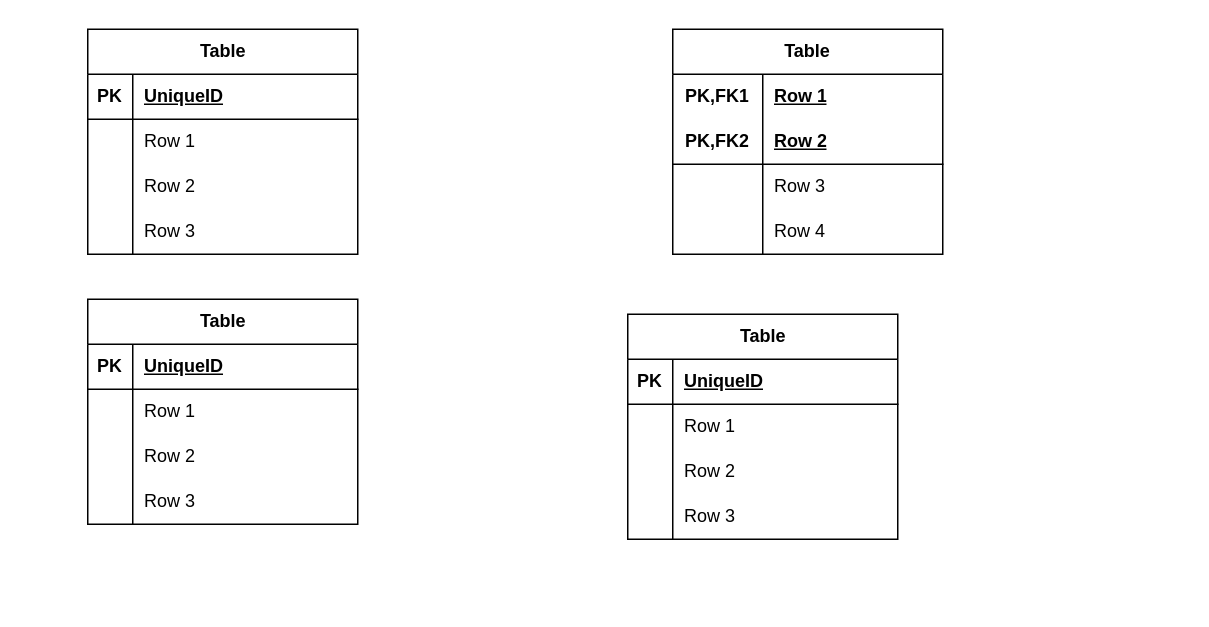
justn0thinghere/drawio keeps this draw.io diagram as tuto5wia2001q1.drawio. Above is the earlier version. Source tidied: cells renumbered, new cells numbered last; positions are measured from the earlier drawing's top-left corner, leaving out a move shared by most shapes. Both pictures are drawn from the tidied source at 150%, with x=0, y=0 at pixel (87, 28).
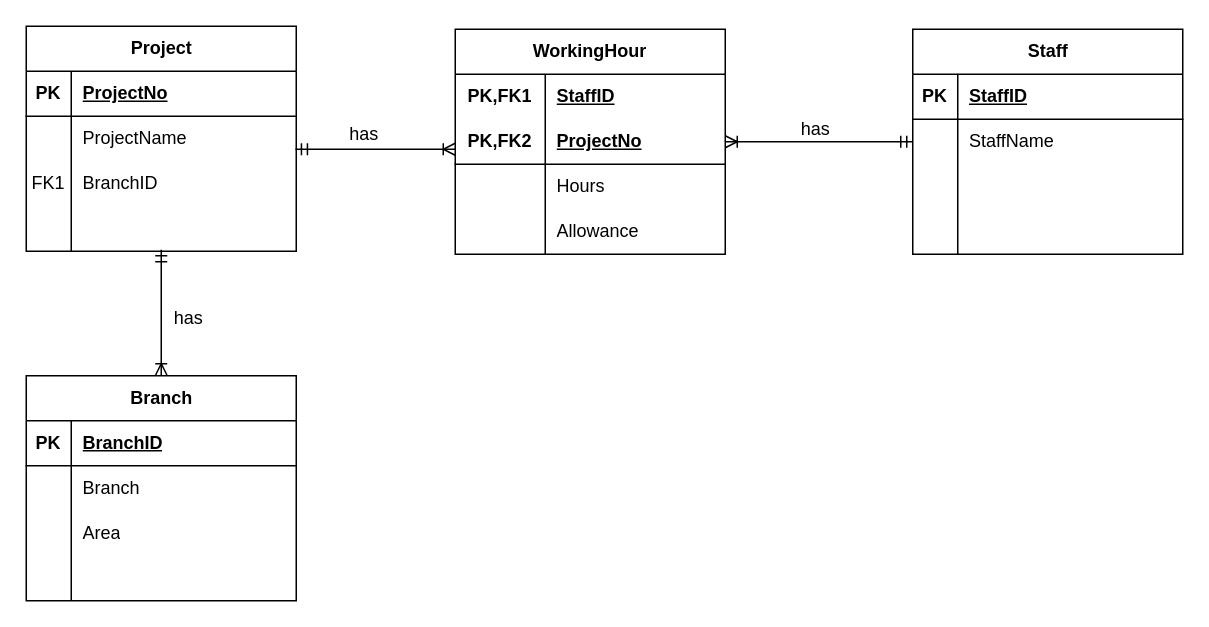
The same diagram, later.

The change refers to these unchanged cells:
```xml
<mxCell id="3" style="shape=tableRow;horizontal=0;startSize=0;swimlaneHead=0;swimlaneBody=0;fillColor=none;top=0;left=0;right=0;bottom=1;" parent="2" vertex="1">
  <mxGeometry y="30" width="180" height="30" as="geometry" />
</mxCell>
<mxCell id="6" style="shape=tableRow;horizontal=0;startSize=0;swimlaneHead=0;swimlaneBody=0;fillColor=none;points=[[0,0.5],[1,0.5]];portConstraint=eastwest;top=0;left=0;right=0;bottom=0;" parent="2" vertex="1">
  <mxGeometry y="60" width="180" height="30" as="geometry" />
</mxCell>
<mxCell id="9" style="shape=tableRow;horizontal=0;startSize=0;swimlaneHead=0;swimlaneBody=0;fillColor=none;top=0;left=0;right=0;bottom=0;" parent="2" vertex="1">
  <mxGeometry y="90" width="180" height="30" as="geometry" />
</mxCell>
<mxCell id="12" style="shape=tableRow;horizontal=0;startSize=0;swimlaneHead=0;swimlaneBody=0;fillColor=none;top=0;left=0;right=0;bottom=0;" parent="2" vertex="1">
  <mxGeometry y="120" width="180" height="30" as="geometry" />
</mxCell>
<mxCell id="16" style="shape=tableRow;horizontal=0;startSize=0;swimlaneHead=0;swimlaneBody=0;fillColor=none;top=0;left=0;right=0;bottom=0;html=1;" parent="15" vertex="1">
  <mxGeometry y="30" width="180" height="30" as="geometry" />
</mxCell>
<mxCell id="19" style="shape=tableRow;horizontal=0;startSize=0;swimlaneHead=0;swimlaneBody=0;fillColor=none;points=[[0,0.5],[1,0.5]];portConstraint=eastwest;top=0;left=0;right=0;bottom=1;html=1;" parent="15" vertex="1">
  <mxGeometry y="60" width="180" height="30" as="geometry" />
</mxCell>
<mxCell id="22" style="shape=tableRow;horizontal=0;startSize=0;swimlaneHead=0;swimlaneBody=0;fillColor=none;top=0;left=0;right=0;bottom=0;html=1;" parent="15" vertex="1">
  <mxGeometry y="90" width="180" height="30" as="geometry" />
</mxCell>
<mxCell id="25" style="shape=tableRow;horizontal=0;startSize=0;swimlaneHead=0;swimlaneBody=0;fillColor=none;top=0;left=0;right=0;bottom=0;html=1;" parent="15" vertex="1">
  <mxGeometry y="120" width="180" height="30" as="geometry" />
</mxCell>
<mxCell id="29" style="shape=tableRow;horizontal=0;startSize=0;swimlaneHead=0;swimlaneBody=0;fillColor=none;top=0;left=0;right=0;bottom=1;" parent="28" vertex="1">
  <mxGeometry y="30" width="180" height="30" as="geometry" />
</mxCell>
<mxCell id="32" style="shape=tableRow;horizontal=0;startSize=0;swimlaneHead=0;swimlaneBody=0;fillColor=none;top=0;left=0;right=0;bottom=0;" parent="28" vertex="1">
  <mxGeometry y="60" width="180" height="30" as="geometry" />
</mxCell>
<mxCell id="35" style="shape=tableRow;horizontal=0;startSize=0;swimlaneHead=0;swimlaneBody=0;fillColor=none;top=0;left=0;right=0;bottom=0;" parent="28" vertex="1">
  <mxGeometry y="90" width="180" height="30" as="geometry" />
</mxCell>
<mxCell id="38" style="shape=tableRow;horizontal=0;startSize=0;swimlaneHead=0;swimlaneBody=0;fillColor=none;top=0;left=0;right=0;bottom=0;" parent="28" vertex="1">
  <mxGeometry y="120" width="180" height="30" as="geometry" />
</mxCell>
<mxCell id="42" style="shape=tableRow;horizontal=0;startSize=0;swimlaneHead=0;swimlaneBody=0;fillColor=none;top=0;left=0;right=0;bottom=1;" parent="41" vertex="1">
  <mxGeometry y="30" width="180" height="30" as="geometry" />
</mxCell>
<mxCell id="45" style="shape=tableRow;horizontal=0;startSize=0;swimlaneHead=0;swimlaneBody=0;fillColor=none;points=[[0,0.5],[1,0.5]];portConstraint=eastwest;top=0;left=0;right=0;bottom=0;" parent="41" vertex="1">
  <mxGeometry y="60" width="180" height="30" as="geometry" />
</mxCell>
<mxCell id="48" style="shape=tableRow;horizontal=0;startSize=0;swimlaneHead=0;swimlaneBody=0;fillColor=none;top=0;left=0;right=0;bottom=0;" parent="41" vertex="1">
  <mxGeometry y="90" width="180" height="30" as="geometry" />
</mxCell>
<mxCell id="51" style="shape=tableRow;horizontal=0;startSize=0;swimlaneHead=0;swimlaneBody=0;fillColor=none;top=0;left=0;right=0;bottom=0;" parent="41" vertex="1">
  <mxGeometry y="120" width="180" height="30" as="geometry" />
</mxCell>
```

Diff of the diagram source:
```diff
@@
-    <mxCell id="2" value="Table" style="shape=table;startSize=30;childLayout=tableLayout;rowLines=0;fontStyle=1;align=center;html=1;" parent="1" vertex="1">
-      <mxGeometry width="180" height="150" as="geometry" />
+    <mxCell id="2" value="Project" style="shape=table;startSize=30;childLayout=tableLayout;rowLines=0;fontStyle=1;align=center;html=1;" parent="1" vertex="1">
+      <mxGeometry x="-41" y="-2" width="180" height="150" as="geometry" />
     </mxCell>
@@
-    <mxCell id="5" value="UniqueID" style="shape=partialRectangle;fillColor=none;top=0;left=0;bottom=0;right=0;align=left;spacingLeft=6;fontStyle=5;overflow=hidden;whiteSpace=wrap;html=1;" parent="3" vertex="1">
+    <mxCell id="5" value="ProjectNo" style="shape=partialRectangle;fillColor=none;top=0;left=0;bottom=0;right=0;align=left;spacingLeft=6;fontStyle=5;overflow=hidden;whiteSpace=wrap;html=1;" parent="3" vertex="1">
       <mxGeometry x="30" width="150" height="30" as="geometry" />
     </mxCell>
@@
-    <mxCell id="8" value="Row 1" style="shape=partialRectangle;fillColor=none;top=0;left=0;bottom=0;right=0;align=left;spacingLeft=6;overflow=hidden;whiteSpace=wrap;html=1;" parent="6" vertex="1">
+    <mxCell id="8" value="ProjectName" style="shape=partialRectangle;fillColor=none;top=0;left=0;bottom=0;right=0;align=left;spacingLeft=6;overflow=hidden;whiteSpace=wrap;html=1;" parent="6" vertex="1">
       <mxGeometry x="30" width="150" height="30" as="geometry" />
     </mxCell>
@@
-    <mxCell id="10" style="shape=partialRectangle;fillColor=none;top=0;left=0;bottom=0;right=0;overflow=hidden;whiteSpace=wrap;html=1;" parent="9" vertex="1">
+    <mxCell id="10" value="FK1" style="shape=partialRectangle;fillColor=none;top=0;left=0;bottom=0;right=0;overflow=hidden;whiteSpace=wrap;html=1;" parent="9" vertex="1">
       <mxGeometry width="30" height="30" as="geometry" />
     </mxCell>
-    <mxCell id="11" value="Row 2" style="shape=partialRectangle;fillColor=none;top=0;left=0;bottom=0;right=0;align=left;spacingLeft=6;overflow=hidden;whiteSpace=wrap;html=1;" parent="9" vertex="1">
+    <mxCell id="11" value="BranchID" style="shape=partialRectangle;fillColor=none;top=0;left=0;bottom=0;right=0;align=left;spacingLeft=6;overflow=hidden;whiteSpace=wrap;html=1;" parent="9" vertex="1">
       <mxGeometry x="30" width="150" height="30" as="geometry" />
     </mxCell>
@@
-    <mxCell id="14" value="Row 3" style="shape=partialRectangle;fillColor=none;top=0;left=0;bottom=0;right=0;align=left;spacingLeft=6;overflow=hidden;whiteSpace=wrap;html=1;" parent="12" vertex="1">
+    <mxCell id="14" style="shape=partialRectangle;fillColor=none;top=0;left=0;bottom=0;right=0;align=left;spacingLeft=6;overflow=hidden;whiteSpace=wrap;html=1;" parent="12" vertex="1">
       <mxGeometry x="30" width="150" height="30" as="geometry" />
     </mxCell>
-    <mxCell id="15" value="Table" style="shape=table;startSize=30;childLayout=tableLayout;rowLines=0;fontStyle=1;align=center;html=1;whiteSpace=wrap;" parent="1" vertex="1">
-      <mxGeometry x="390" width="180" height="150" as="geometry" />
+    <mxCell id="15" value="WorkingHour" style="shape=table;startSize=30;childLayout=tableLayout;rowLines=0;fontStyle=1;align=center;html=1;whiteSpace=wrap;" parent="1" vertex="1">
+      <mxGeometry x="245" width="180" height="150" as="geometry" />
     </mxCell>
@@
-    <mxCell id="18" value="Row 1" style="shape=partialRectangle;fillColor=none;top=0;left=0;bottom=0;right=0;align=left;spacingLeft=6;fontStyle=5;overflow=hidden;html=1;whiteSpace=wrap;" parent="16" vertex="1">
+    <mxCell id="18" value="StaffID" style="shape=partialRectangle;fillColor=none;top=0;left=0;bottom=0;right=0;align=left;spacingLeft=6;fontStyle=5;overflow=hidden;html=1;whiteSpace=wrap;" parent="16" vertex="1">
       <mxGeometry x="60" width="120" height="30" as="geometry" />
     </mxCell>
@@
-    <mxCell id="21" value="Row 2" style="shape=partialRectangle;fillColor=none;top=0;left=0;bottom=0;right=0;align=left;spacingLeft=6;fontStyle=5;overflow=hidden;html=1;whiteSpace=wrap;" parent="19" vertex="1">
+    <mxCell id="21" value="ProjectNo" style="shape=partialRectangle;fillColor=none;top=0;left=0;bottom=0;right=0;align=left;spacingLeft=6;fontStyle=5;overflow=hidden;html=1;whiteSpace=wrap;" parent="19" vertex="1">
       <mxGeometry x="60" width="120" height="30" as="geometry" />
     </mxCell>
@@
-    <mxCell id="24" value="Row 3" style="shape=partialRectangle;fillColor=none;top=0;left=0;bottom=0;right=0;align=left;spacingLeft=6;overflow=hidden;html=1;whiteSpace=wrap;" parent="22" vertex="1">
+    <mxCell id="24" value="Hours" style="shape=partialRectangle;fillColor=none;top=0;left=0;bottom=0;right=0;align=left;spacingLeft=6;overflow=hidden;html=1;whiteSpace=wrap;" parent="22" vertex="1">
       <mxGeometry x="60" width="120" height="30" as="geometry" />
     </mxCell>
@@
-    <mxCell id="27" value="Row 4" style="shape=partialRectangle;fillColor=none;top=0;left=0;bottom=0;right=0;align=left;spacingLeft=6;overflow=hidden;html=1;whiteSpace=wrap;" parent="25" vertex="1">
+    <mxCell id="27" value="Allowance" style="shape=partialRectangle;fillColor=none;top=0;left=0;bottom=0;right=0;align=left;spacingLeft=6;overflow=hidden;html=1;whiteSpace=wrap;" parent="25" vertex="1">
       <mxGeometry x="60" width="120" height="30" as="geometry" />
     </mxCell>
-    <mxCell id="28" value="Table" style="shape=table;startSize=30;childLayout=tableLayout;rowLines=0;fontStyle=1;align=center;html=1;" parent="1" vertex="1">
-      <mxGeometry y="180" width="180" height="150" as="geometry" />
+    <mxCell id="28" value="Branch" style="shape=table;startSize=30;childLayout=tableLayout;rowLines=0;fontStyle=1;align=center;html=1;" parent="1" vertex="1">
+      <mxGeometry x="-41" y="231" width="180" height="150" as="geometry" />
     </mxCell>
@@
-    <mxCell id="31" value="UniqueID" style="shape=partialRectangle;fillColor=none;top=0;left=0;bottom=0;right=0;align=left;spacingLeft=6;fontStyle=5;overflow=hidden;whiteSpace=wrap;html=1;" parent="29" vertex="1">
+    <mxCell id="31" value="BranchID" style="shape=partialRectangle;fillColor=none;top=0;left=0;bottom=0;right=0;align=left;spacingLeft=6;fontStyle=5;overflow=hidden;whiteSpace=wrap;html=1;" parent="29" vertex="1">
       <mxGeometry x="30" width="150" height="30" as="geometry" />
     </mxCell>
@@
-    <mxCell id="34" value="Row 1" style="shape=partialRectangle;fillColor=none;top=0;left=0;bottom=0;right=0;align=left;spacingLeft=6;overflow=hidden;whiteSpace=wrap;html=1;" parent="32" vertex="1">
+    <mxCell id="34" value="Branch" style="shape=partialRectangle;fillColor=none;top=0;left=0;bottom=0;right=0;align=left;spacingLeft=6;overflow=hidden;whiteSpace=wrap;html=1;" parent="32" vertex="1">
       <mxGeometry x="30" width="150" height="30" as="geometry" />
     </mxCell>
@@
-    <mxCell id="37" value="Row 2" style="shape=partialRectangle;fillColor=none;top=0;left=0;bottom=0;right=0;align=left;spacingLeft=6;overflow=hidden;whiteSpace=wrap;html=1;" parent="35" vertex="1">
+    <mxCell id="37" value="Area" style="shape=partialRectangle;fillColor=none;top=0;left=0;bottom=0;right=0;align=left;spacingLeft=6;overflow=hidden;whiteSpace=wrap;html=1;" parent="35" vertex="1">
       <mxGeometry x="30" width="150" height="30" as="geometry" />
     </mxCell>
@@
-    <mxCell id="40" value="Row 3" style="shape=partialRectangle;fillColor=none;top=0;left=0;bottom=0;right=0;align=left;spacingLeft=6;overflow=hidden;whiteSpace=wrap;html=1;" parent="38" vertex="1">
+    <mxCell id="40" style="shape=partialRectangle;fillColor=none;top=0;left=0;bottom=0;right=0;align=left;spacingLeft=6;overflow=hidden;whiteSpace=wrap;html=1;" parent="38" vertex="1">
       <mxGeometry x="30" width="150" height="30" as="geometry" />
     </mxCell>
-    <mxCell id="41" value="Table" style="shape=table;startSize=30;childLayout=tableLayout;rowLines=0;fontStyle=1;align=center;html=1;" parent="1" vertex="1">
-      <mxGeometry x="360" y="190" width="180" height="150" as="geometry" />
+    <mxCell id="41" value="Staff" style="shape=table;startSize=30;childLayout=tableLayout;rowLines=0;fontStyle=1;align=center;html=1;" parent="1" vertex="1">
+      <mxGeometry x="550" width="180" height="150" as="geometry" />
     </mxCell>
@@
-    <mxCell id="44" value="UniqueID" style="shape=partialRectangle;fillColor=none;top=0;left=0;bottom=0;right=0;align=left;spacingLeft=6;fontStyle=5;overflow=hidden;whiteSpace=wrap;html=1;" parent="42" vertex="1">
+    <mxCell id="44" value="StaffID" style="shape=partialRectangle;fillColor=none;top=0;left=0;bottom=0;right=0;align=left;spacingLeft=6;fontStyle=5;overflow=hidden;whiteSpace=wrap;html=1;" parent="42" vertex="1">
       <mxGeometry x="30" width="150" height="30" as="geometry" />
     </mxCell>
@@
-    <mxCell id="47" value="Row 1" style="shape=partialRectangle;fillColor=none;top=0;left=0;bottom=0;right=0;align=left;spacingLeft=6;overflow=hidden;whiteSpace=wrap;html=1;" parent="45" vertex="1">
+    <mxCell id="47" value="StaffName" style="shape=partialRectangle;fillColor=none;top=0;left=0;bottom=0;right=0;align=left;spacingLeft=6;overflow=hidden;whiteSpace=wrap;html=1;" parent="45" vertex="1">
       <mxGeometry x="30" width="150" height="30" as="geometry" />
     </mxCell>
@@
-    <mxCell id="50" value="Row 2" style="shape=partialRectangle;fillColor=none;top=0;left=0;bottom=0;right=0;align=left;spacingLeft=6;overflow=hidden;whiteSpace=wrap;html=1;" parent="48" vertex="1">
+    <mxCell id="50" style="shape=partialRectangle;fillColor=none;top=0;left=0;bottom=0;right=0;align=left;spacingLeft=6;overflow=hidden;whiteSpace=wrap;html=1;" parent="48" vertex="1">
       <mxGeometry x="30" width="150" height="30" as="geometry" />
     </mxCell>
@@
-    <mxCell id="53" value="Row 3" style="shape=partialRectangle;fillColor=none;top=0;left=0;bottom=0;right=0;align=left;spacingLeft=6;overflow=hidden;whiteSpace=wrap;html=1;" parent="51" vertex="1">
+    <mxCell id="53" style="shape=partialRectangle;fillColor=none;top=0;left=0;bottom=0;right=0;align=left;spacingLeft=6;overflow=hidden;whiteSpace=wrap;html=1;" parent="51" vertex="1">
       <mxGeometry x="30" width="150" height="30" as="geometry" />
     </mxCell>
+    <mxCell id="54" style="edgeStyle=entityRelationEdgeStyle;fontSize=12;html=1;endArrow=ERoneToMany;startArrow=ERmandOne;rounded=0;exitX=0;exitY=0.5;exitDx=0;exitDy=0;entryX=1;entryY=0.5;entryDx=0;entryDy=0;" parent="1" edge="1" source="45" target="19">
+      <mxGeometry relative="1" as="geometry" />
+    </mxCell>
+    <mxCell id="55" value="has" style="text;html=1;align=center;verticalAlign=middle;strokeColor=none;fillColor=none;" parent="1" vertex="1">
+      <mxGeometry x="465" y="52" width="40" height="30" as="geometry" />
+    </mxCell>
+    <mxCell id="56" style="edgeStyle=entityRelationEdgeStyle;fontSize=12;html=1;endArrow=ERoneToMany;startArrow=ERmandOne;rounded=0;exitX=0.997;exitY=0.733;exitDx=0;exitDy=0;exitPerimeter=0;" parent="1" edge="1" source="6">
+      <mxGeometry relative="1" as="geometry">
+        <mxPoint x="245" y="80" as="targetPoint" />
+      </mxGeometry>
+    </mxCell>
+    <mxCell id="57" value="has" style="text;html=1;align=center;verticalAlign=middle;strokeColor=none;fillColor=none;" parent="1" vertex="1">
+      <mxGeometry x="164" y="55" width="40" height="30" as="geometry" />
+    </mxCell>
+    <mxCell id="58" style="fontSize=12;html=1;endArrow=ERoneToMany;startArrow=ERmandOne;rounded=0;entryX=0.5;entryY=0;entryDx=0;entryDy=0;" parent="1" edge="1" target="28">
+      <mxGeometry relative="1" as="geometry">
+        <mxPoint x="49" y="147" as="sourcePoint" />
+      </mxGeometry>
+    </mxCell>
+    <mxCell id="59" value="has" style="text;html=1;align=center;verticalAlign=middle;strokeColor=none;fillColor=none;" parent="1" vertex="1">
+      <mxGeometry x="47" y="178" width="40" height="30" as="geometry" />
+    </mxCell>
```
